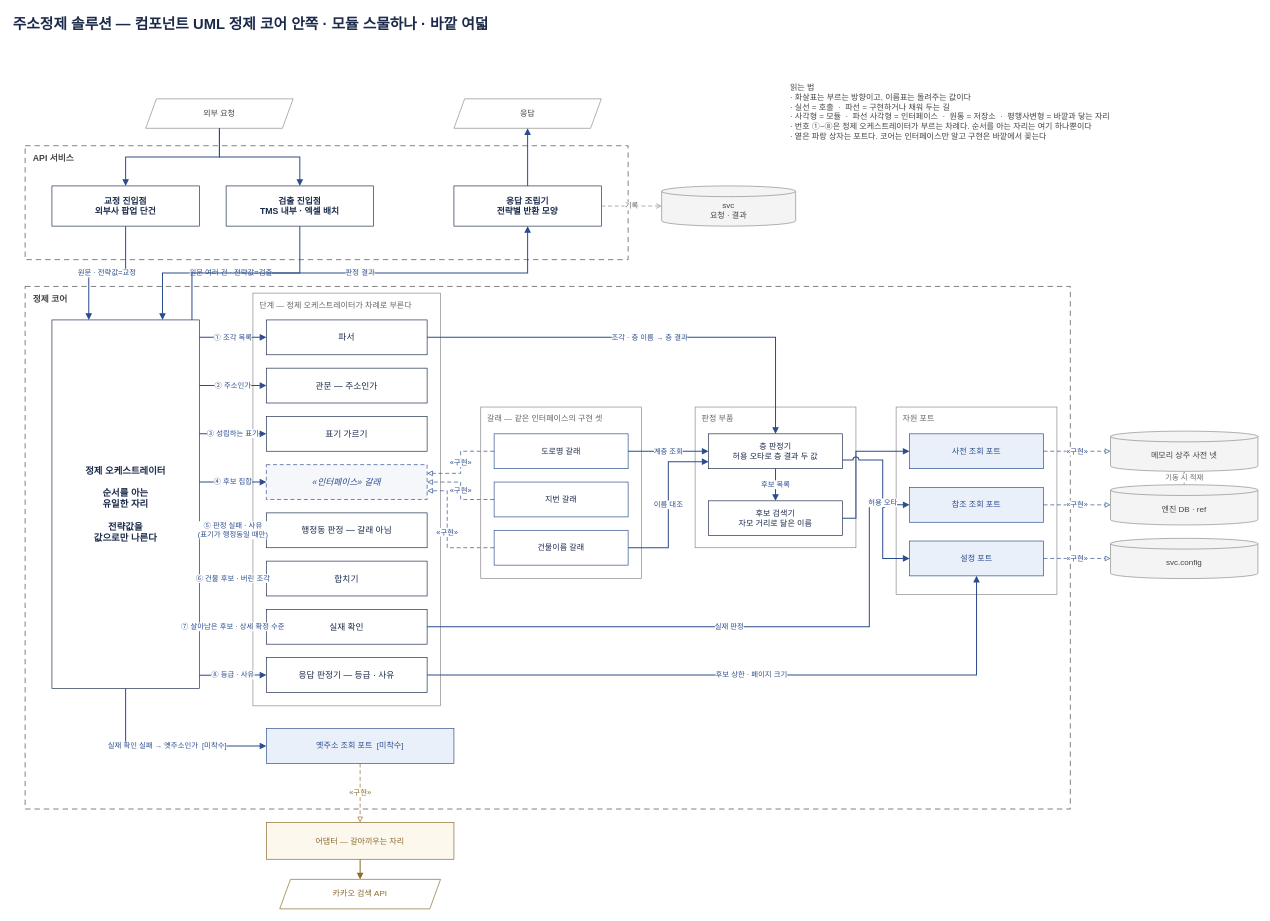
Above: design/component-uml.drawio in buss-sooin/address-refine-diagnostics (draw.io), before the change. Source tidied: cells renumbered, new cells numbered last; positions are measured from the earlier drawing's top-left corner, leaving out a move shared by most shapes. Both pictures are drawn from the tidied source at 67%, with x=0, y=0 at pixel (11, 11).
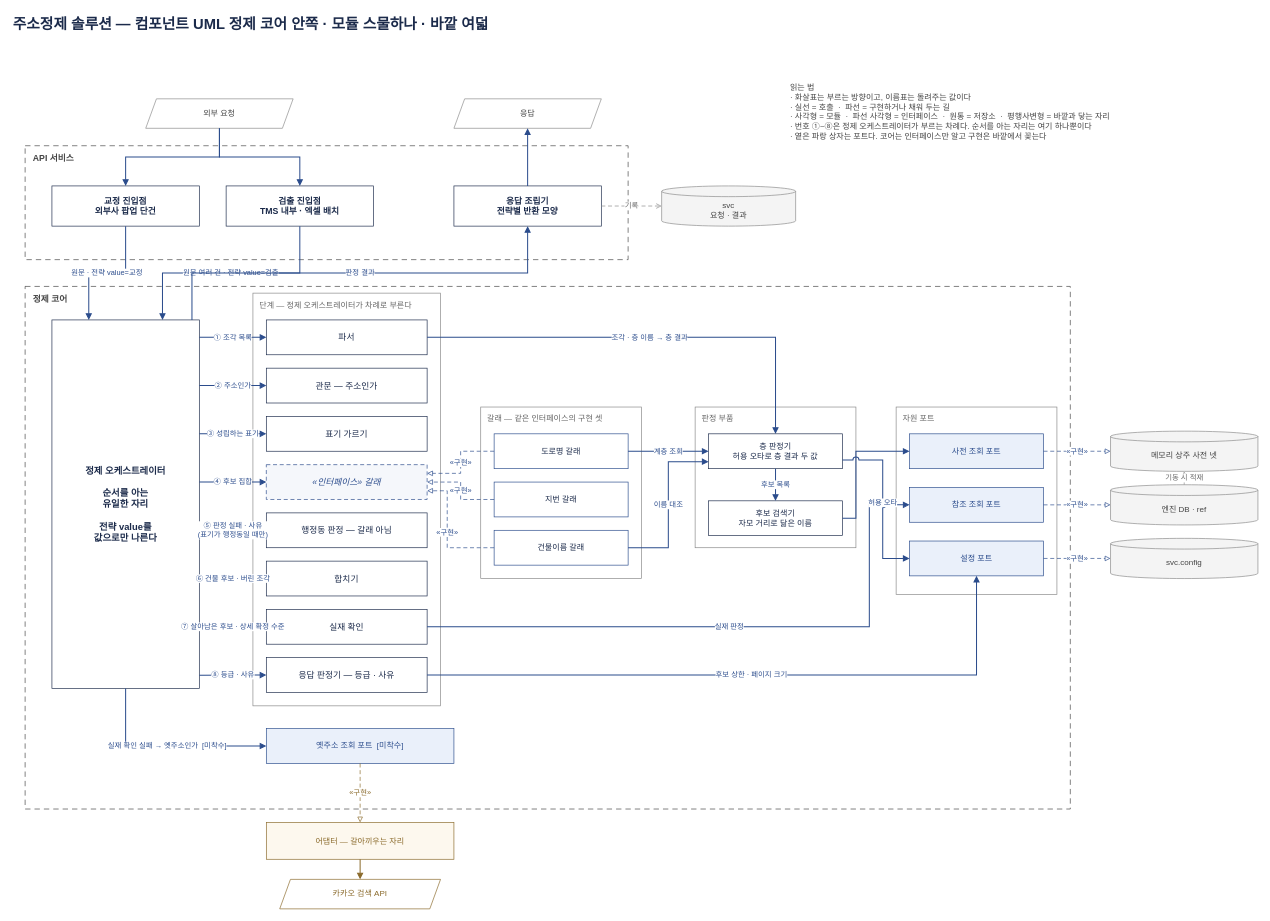
After the change.

Unchanged cells that the change refers to:
```xml
<mxCell id="12" value="교정 진입점&#10;외부사 팝업 단건" style="rounded=0;whiteSpace=wrap;html=1;fillColor=#FFFFFF;strokeColor=#1B2A4A;fontColor=#1B2A4A;fontSize=13;fontStyle=1;" parent="1" vertex="1">
  <mxGeometry x="60" y="260" width="220" height="60" as="geometry" />
</mxCell>
<mxCell id="13" value="검출 진입점&#10;TMS 내부 · 엑셀 배치" style="rounded=0;whiteSpace=wrap;html=1;fillColor=#FFFFFF;strokeColor=#1B2A4A;fontColor=#1B2A4A;fontSize=13;fontStyle=1;" parent="1" vertex="1">
  <mxGeometry x="320" y="260" width="220" height="60" as="geometry" />
</mxCell>
```

What changed in the source:
```diff
@@
-    <mxCell id="16" value="정제 오케스트레이터&#10;&#10;순서를 아는&#10;유일한 자리&#10;&#10;전략값을&#10;값으로만 나른다" style="rounded=0;whiteSpace=wrap;html=1;fillColor=#FFFFFF;strokeColor=#1B2A4A;fontColor=#1B2A4A;fontSize=14;fontStyle=1;verticalAlign=middle;" parent="1" vertex="1">
+    <mxCell id="16" value="정제 오케스트레이터&#10;&#10;순서를 아는&#10;유일한 자리&#10;&#10;전략 value를&#10;값으로만 나른다" style="rounded=0;whiteSpace=wrap;html=1;fillColor=#FFFFFF;strokeColor=#1B2A4A;fontColor=#1B2A4A;fontSize=14;fontStyle=1;verticalAlign=middle;" parent="1" vertex="1">
       <mxGeometry x="60" y="460" width="220" height="550" as="geometry" />
     </mxCell>
@@
-    <mxCell id="41" value="원문 · 전략값=교정" style="edgeStyle=orthogonalEdgeStyle;rounded=0;html=1;jumpStyle=arc;jumpSize=8;strokeColor=#2B4C8C;strokeWidth=1.5;endArrow=block;endFill=1;fontSize=11;fontColor=#2B4C8C;labelBackgroundColor=#FFFFFF;exitX=0.5;exitY=1;entryX=0.25;entryY=0;" parent="1" edge="1" source="12" target="16">
+    <mxCell id="41" value="원문 · 전략 value=교정" style="edgeStyle=orthogonalEdgeStyle;rounded=0;html=1;jumpStyle=arc;jumpSize=8;strokeColor=#2B4C8C;strokeWidth=1.5;endArrow=block;endFill=1;fontSize=11;fontColor=#2B4C8C;labelBackgroundColor=#FFFFFF;exitX=0.5;exitY=1;entryX=0.25;entryY=0;" parent="1" edge="1" source="12" target="16">
       <mxGeometry relative="1" as="geometry" />
     </mxCell>
-    <mxCell id="42" value="원문 여러 건 · 전략값=검출" style="edgeStyle=orthogonalEdgeStyle;rounded=0;html=1;jumpStyle=arc;jumpSize=8;strokeColor=#2B4C8C;strokeWidth=1.5;endArrow=block;endFill=1;fontSize=11;fontColor=#2B4C8C;labelBackgroundColor=#FFFFFF;exitX=0.5;exitY=1;entryX=0.75;entryY=0;" parent="1" edge="1" source="13" target="16">
+    <mxCell id="42" value="원문 여러 건 · 전략 value=검출" style="edgeStyle=orthogonalEdgeStyle;rounded=0;html=1;jumpStyle=arc;jumpSize=8;strokeColor=#2B4C8C;strokeWidth=1.5;endArrow=block;endFill=1;fontSize=11;fontColor=#2B4C8C;labelBackgroundColor=#FFFFFF;exitX=0.5;exitY=1;entryX=0.75;entryY=0;" parent="1" edge="1" source="13" target="16">
       <mxGeometry relative="1" as="geometry" />
     </mxCell>
```
